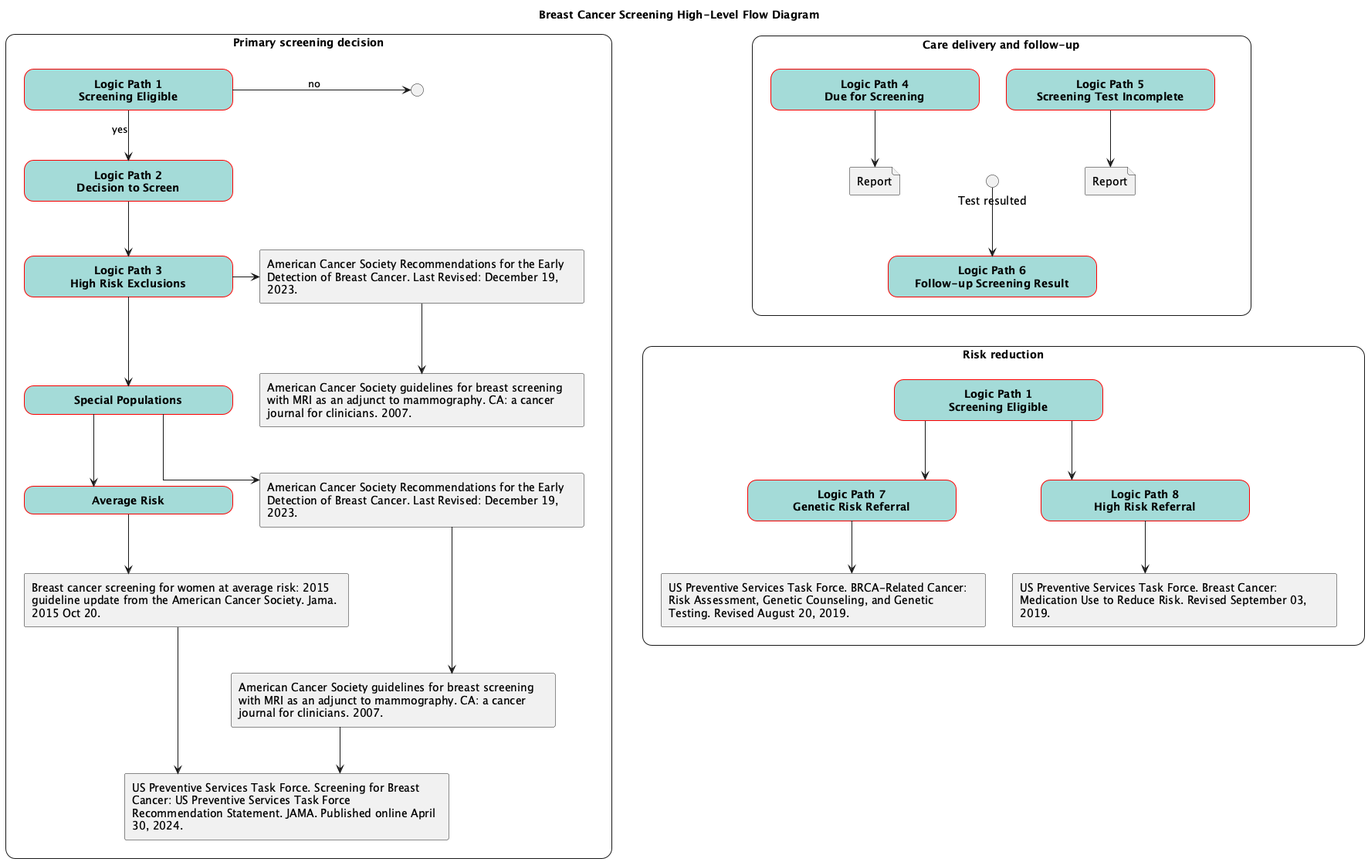
ccsm-cds-tools/CDC-Breast-Cancer-Screening-CDS-L2 keeps this PlantUML diagram as images/flow-HighLevel.png. Above is the earlier version.
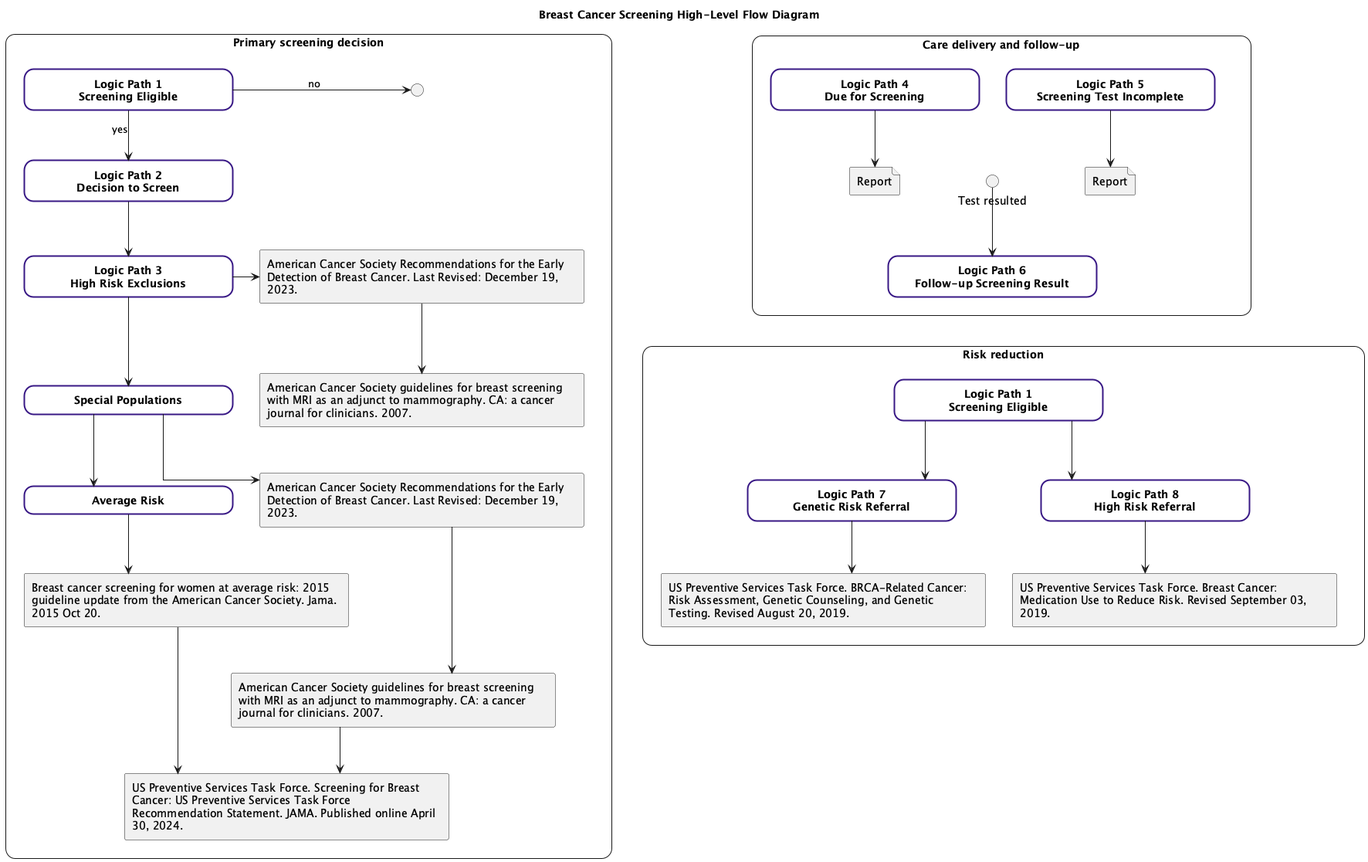
After the change.

What changed in the source:
```diff
@@ -4,14 +4,14 @@
 <style>
     .main {
         RoundCorner 25
-        MaximumWidth 1850
-        MinimumWidth 1850
+        MaximumWidth 850
+        MinimumWidth 850
     }
     .roundbox {
         FontStyle bold
-        BackGroundColor A4DBD8
-        LineThickness 1
-        LineColor red
+        BackGroundColor white
+        LineThickness: 2;
+        LineColor: #381885;
         HorizontalAlignment center
         RoundCorner 25
         MaximumWidth 250
```
